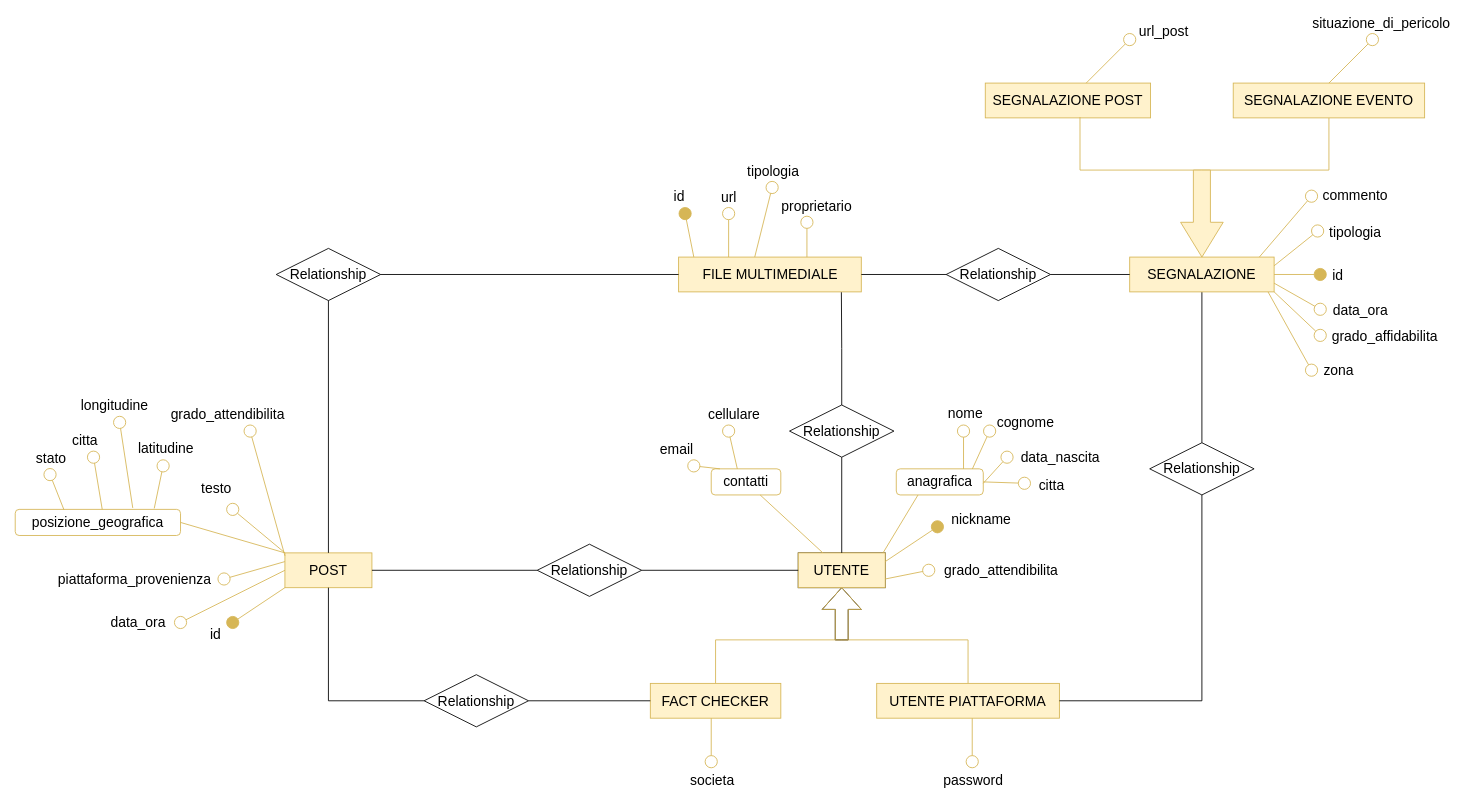
This is page "Diag. Social network" (6 of 6) of diagramma-er.drawio from faffolao/ProgettoBD2022, a draw.io file, before an edit. Source tidied: cells renumbered, new cells numbered last; positions are measured from the earlier drawing's top-left corner, leaving out a move shared by most shapes. Both pictures are drawn from the tidied source at 87%, with x=0, y=0 at pixel (15, 39).
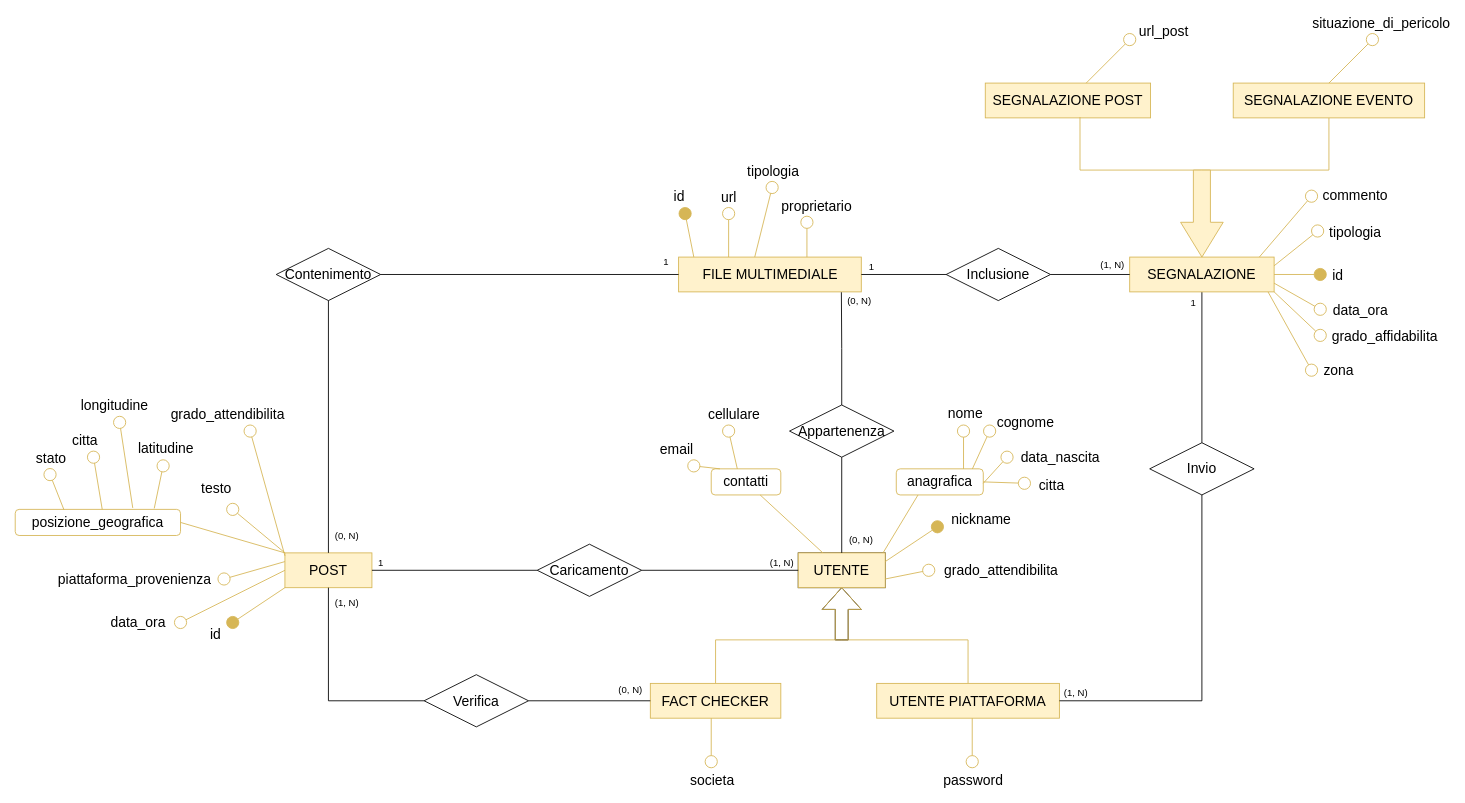
After the change.

Commit message (it also covers changes not shown here):
aggiunta relationship allo schema provvisorio di Social network

Unchanged cells that the change refers to:
```xml
<mxCell id="33" style="edgeStyle=orthogonalEdgeStyle;rounded=0;jettySize=auto;html=1;strokeColor=default;strokeWidth=1;fontSize=12;startArrow=none;startFill=0;endArrow=none;endFill=0;startSize=14;endSize=14;" parent="1" edge="1" source="35" target="11">
  <mxGeometry relative="1" as="geometry" />
</mxCell>
<mxCell id="34" style="edgeStyle=orthogonalEdgeStyle;rounded=0;jettySize=auto;html=1;strokeColor=default;strokeWidth=1;fontSize=12;startArrow=none;startFill=0;endArrow=none;endFill=0;startSize=14;endSize=14;" parent="1" edge="1" source="35" target="32">
  <mxGeometry relative="1" as="geometry" />
</mxCell>
<mxCell id="56" style="edgeStyle=orthogonalEdgeStyle;rounded=0;jettySize=auto;html=1;strokeColor=default;strokeWidth=1;fontSize=12;startArrow=none;startFill=0;endArrow=none;endFill=0;startSize=14;endSize=14;" parent="1" edge="1" source="58" target="32">
  <mxGeometry relative="1" as="geometry" />
</mxCell>
<mxCell id="57" style="edgeStyle=orthogonalEdgeStyle;rounded=0;jettySize=auto;html=1;strokeColor=default;strokeWidth=1;fontSize=12;startArrow=none;startFill=0;endArrow=none;endFill=0;startSize=14;endSize=14;" parent="1" edge="1" source="58" target="4">
  <mxGeometry relative="1" as="geometry" />
</mxCell>
<mxCell id="60" style="edgeStyle=orthogonalEdgeStyle;rounded=0;jettySize=auto;html=1;entryX=1;entryY=0.5;entryDx=0;entryDy=0;strokeColor=default;strokeWidth=1;fontSize=12;startArrow=none;startFill=0;endArrow=none;endFill=0;startSize=14;endSize=14;" parent="1" edge="1" source="61" target="7">
  <mxGeometry relative="1" as="geometry">
    <Array as="points">
      <mxPoint x="1364" y="760" />
    </Array>
  </mxGeometry>
</mxCell>
<mxCell id="62" style="edgeStyle=orthogonalEdgeStyle;rounded=0;jettySize=auto;html=1;strokeColor=default;strokeWidth=1;fontSize=12;startArrow=none;startFill=0;endArrow=none;endFill=0;startSize=14;endSize=14;" parent="1" edge="1" source="63" target="61">
  <mxGeometry relative="1" as="geometry" />
</mxCell>
<mxCell id="85" style="edgeStyle=orthogonalEdgeStyle;rounded=0;jettySize=auto;html=1;strokeColor=default;strokeWidth=1;fontSize=12;startArrow=none;startFill=0;endArrow=none;endFill=0;startSize=14;endSize=14;" parent="1" edge="1" source="87" target="84">
  <mxGeometry relative="1" as="geometry" />
</mxCell>
<mxCell id="86" style="edgeStyle=orthogonalEdgeStyle;rounded=0;jettySize=auto;html=1;strokeColor=default;strokeWidth=1;fontSize=12;startArrow=none;startFill=0;endArrow=none;endFill=0;startSize=14;endSize=14;" parent="1" edge="1" source="87" target="63">
  <mxGeometry relative="1" as="geometry" />
</mxCell>
<mxCell id="96" style="edgeStyle=orthogonalEdgeStyle;rounded=0;jettySize=auto;html=1;strokeColor=default;strokeWidth=1;fontSize=12;startArrow=none;startFill=0;endArrow=none;endFill=0;startSize=14;endSize=14;" parent="1" edge="1" source="98" target="32">
  <mxGeometry relative="1" as="geometry" />
</mxCell>
<mxCell id="97" style="edgeStyle=orthogonalEdgeStyle;rounded=0;jettySize=auto;html=1;strokeColor=default;strokeWidth=1;fontSize=12;startArrow=none;startFill=0;endArrow=none;endFill=0;startSize=14;endSize=14;" parent="1" edge="1" source="98" target="84">
  <mxGeometry relative="1" as="geometry" />
</mxCell>
<mxCell id="99" style="edgeStyle=orthogonalEdgeStyle;rounded=0;jettySize=auto;html=1;entryX=0.891;entryY=1.011;entryDx=0;entryDy=0;entryPerimeter=0;strokeColor=default;strokeWidth=1;fontSize=12;startArrow=none;startFill=0;endArrow=none;endFill=0;startSize=14;endSize=14;" parent="1" edge="1" source="101" target="84">
  <mxGeometry relative="1" as="geometry" />
</mxCell>
<mxCell id="100" style="edgeStyle=orthogonalEdgeStyle;rounded=0;jettySize=auto;html=1;strokeColor=default;strokeWidth=1;fontSize=12;startArrow=none;startFill=0;endArrow=none;endFill=0;startSize=14;endSize=14;" parent="1" edge="1" source="101" target="11">
  <mxGeometry relative="1" as="geometry" />
</mxCell>
```

The edit, as a diff of the source:
```diff
@@
+    <mxCell id="102" value="(1, N)" style="edgeLabel;html=1;align=center;verticalAlign=middle;" parent="33" vertex="1">
+      <mxGeometry x="0.78" y="-1" relative="1" as="geometry">
+        <mxPoint y="-11" as="offset" />
+      </mxGeometry>
+    </mxCell>
@@
+    <mxCell id="103" value="1" style="edgeLabel;html=1;align=center;verticalAlign=middle;" parent="34" vertex="1">
+      <mxGeometry x="0.83" y="-1" relative="1" as="geometry">
+        <mxPoint x="-7" y="-9" as="offset" />
+      </mxGeometry>
+    </mxCell>
-    <mxCell id="35" value="Relationship" style="shape=rhombus;perimeter=rhombusPerimeter;whiteSpace=wrap;html=1;align=center;fontSize=16;fillColor=none;" parent="1" vertex="1">
+    <mxCell id="35" value="Caricamento" style="shape=rhombus;perimeter=rhombusPerimeter;whiteSpace=wrap;html=1;align=center;fontSize=16;fillColor=none;" parent="1" vertex="1">
       <mxGeometry x="600" y="580" width="120" height="60" as="geometry" />
     </mxCell>
@@
+    <mxCell id="104" value="(1, N)" style="edgeLabel;html=1;align=center;verticalAlign=middle;" parent="56" vertex="1">
+      <mxGeometry x="0.89" y="1" relative="1" as="geometry">
+        <mxPoint x="21" y="3" as="offset" />
+      </mxGeometry>
+    </mxCell>
@@
+    <mxCell id="105" value="(0, N)" style="edgeLabel;html=1;align=center;verticalAlign=middle;" parent="57" vertex="1">
+      <mxGeometry x="0.75" relative="1" as="geometry">
+        <mxPoint x="-7" y="-13" as="offset" />
+      </mxGeometry>
+    </mxCell>
-    <mxCell id="58" value="Relationship" style="shape=rhombus;perimeter=rhombusPerimeter;whiteSpace=wrap;html=1;align=center;fontSize=16;fillColor=none;" parent="1" vertex="1">
+    <mxCell id="58" value="Verifica" style="shape=rhombus;perimeter=rhombusPerimeter;whiteSpace=wrap;html=1;align=center;fontSize=16;fillColor=none;" parent="1" vertex="1">
       <mxGeometry x="470" y="730" width="120" height="60" as="geometry" />
     </mxCell>
@@
+    <mxCell id="106" value="(1, N)" style="edgeLabel;html=1;align=center;verticalAlign=middle;" parent="60" vertex="1">
+      <mxGeometry x="0.91" y="1" relative="1" as="geometry">
+        <mxPoint y="-11" as="offset" />
+      </mxGeometry>
+    </mxCell>
-    <mxCell id="61" value="Relationship" style="shape=rhombus;perimeter=rhombusPerimeter;whiteSpace=wrap;html=1;align=center;fontSize=16;fillColor=none;" parent="1" vertex="1">
+    <mxCell id="61" value="Invio" style="shape=rhombus;perimeter=rhombusPerimeter;whiteSpace=wrap;html=1;align=center;fontSize=16;fillColor=none;" parent="1" vertex="1">
       <mxGeometry x="1304" y="463.4" width="120" height="60" as="geometry" />
     </mxCell>
@@
+    <mxCell id="107" value="1" style="edgeLabel;html=1;align=center;verticalAlign=middle;" parent="62" vertex="1">
+      <mxGeometry x="-0.77" y="1" relative="1" as="geometry">
+        <mxPoint x="-12" y="-8" as="offset" />
+      </mxGeometry>
+    </mxCell>
@@
+    <mxCell id="108" value="1" style="edgeLabel;html=1;align=center;verticalAlign=middle;" parent="85" vertex="1">
+      <mxGeometry x="-0.77" y="1" relative="1" as="geometry">
+        <mxPoint x="-76" y="-11" as="offset" />
+      </mxGeometry>
+    </mxCell>
@@
+    <mxCell id="109" value="(1, N)" style="edgeLabel;html=1;align=center;verticalAlign=middle;" parent="86" vertex="1">
+      <mxGeometry x="0.69" relative="1" as="geometry">
+        <mxPoint x="-7" y="-12" as="offset" />
+      </mxGeometry>
+    </mxCell>
-    <mxCell id="87" value="Relationship" style="shape=rhombus;perimeter=rhombusPerimeter;whiteSpace=wrap;html=1;align=center;fontSize=16;fillColor=none;" parent="1" vertex="1">
+    <mxCell id="87" value="Inclusione" style="shape=rhombus;perimeter=rhombusPerimeter;whiteSpace=wrap;html=1;align=center;fontSize=16;fillColor=none;" parent="1" vertex="1">
       <mxGeometry x="1070" y="240" width="120" height="60" as="geometry" />
     </mxCell>
@@
+    <mxCell id="110" value="(0, N)" style="edgeLabel;html=1;align=center;verticalAlign=middle;" parent="96" vertex="1">
+      <mxGeometry x="0.89" y="-1" relative="1" as="geometry">
+        <mxPoint x="21" y="-5" as="offset" />
+      </mxGeometry>
+    </mxCell>
@@
+    <mxCell id="111" value="1" style="edgeLabel;html=1;align=center;verticalAlign=middle;" parent="97" vertex="1">
+      <mxGeometry x="0.91" y="1" relative="1" as="geometry">
+        <mxPoint y="-14" as="offset" />
+      </mxGeometry>
+    </mxCell>
-    <mxCell id="98" value="Relationship" style="shape=rhombus;perimeter=rhombusPerimeter;whiteSpace=wrap;html=1;align=center;fontSize=16;fillColor=none;" parent="1" vertex="1">
+    <mxCell id="98" value="Contenimento" style="shape=rhombus;perimeter=rhombusPerimeter;whiteSpace=wrap;html=1;align=center;fontSize=16;fillColor=none;" parent="1" vertex="1">
       <mxGeometry x="300" y="240" width="120" height="60" as="geometry" />
     </mxCell>
@@
+    <mxCell id="112" value="(0, N)" style="edgeLabel;html=1;align=center;verticalAlign=middle;" parent="99" vertex="1">
+      <mxGeometry x="0.73" y="-1" relative="1" as="geometry">
+        <mxPoint x="19" y="-8" as="offset" />
+      </mxGeometry>
+    </mxCell>
@@
+    <mxCell id="113" value="(0, N)" style="edgeLabel;html=1;align=center;verticalAlign=middle;" parent="100" vertex="1">
+      <mxGeometry x="0.68" y="-3" relative="1" as="geometry">
+        <mxPoint x="24" y="2" as="offset" />
+      </mxGeometry>
+    </mxCell>
-    <mxCell id="101" value="Relationship" style="shape=rhombus;perimeter=rhombusPerimeter;whiteSpace=wrap;html=1;align=center;fontSize=16;fillColor=none;" parent="1" vertex="1">
+    <mxCell id="101" value="Appartenenza" style="shape=rhombus;perimeter=rhombusPerimeter;whiteSpace=wrap;html=1;align=center;fontSize=16;fillColor=none;" parent="1" vertex="1">
       <mxGeometry x="890" y="420" width="120" height="60" as="geometry" />
     </mxCell>
```
